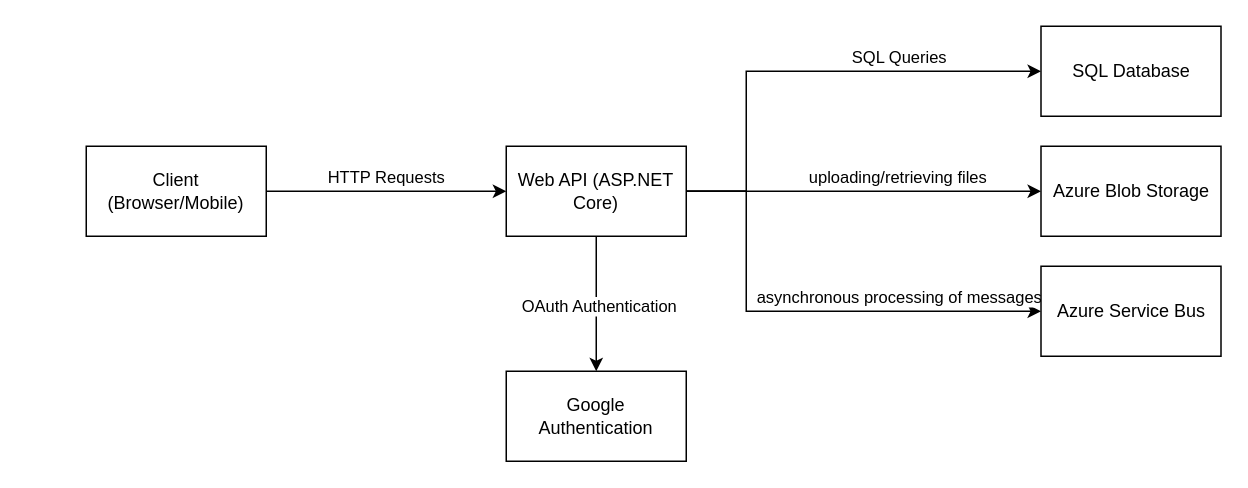
Before: page "RegApi" (1 of 2) of Diagram.drawio in Onyshko/RegistrationApi, a draw.io diagram. Source tidied: cells renumbered, new cells numbered last; positions are measured from the earlier drawing's top-left corner, leaving out a move shared by most shapes. Both pictures are drawn from the tidied source at 150%, with x=0, y=0 at pixel (86, 26).
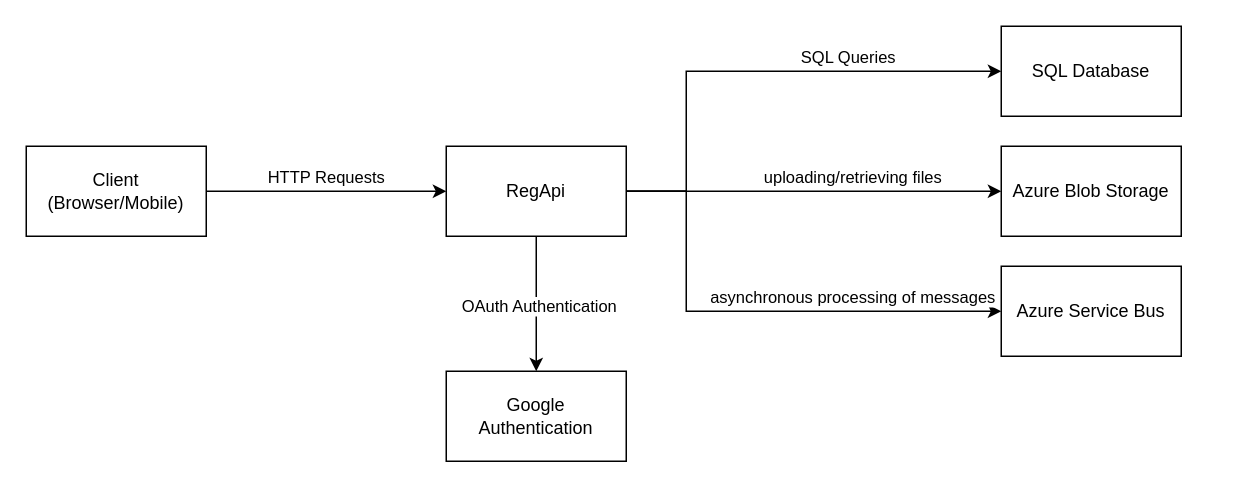
After the change.

Change to the diagram source:
```diff
@@
     <mxCell id="4" value="Client (Browser/Mobile)" style="rounded=0;whiteSpace=wrap;html=1;" parent="1" vertex="1">
-      <mxGeometry y="80" width="120" height="60" as="geometry" />
+      <mxGeometry x="-40" y="80" width="120" height="60" as="geometry" />
     </mxCell>
     <mxCell id="5" style="edgeStyle=orthogonalEdgeStyle;rounded=0;jettySize=auto;html=1;exitX=1;exitY=0.5;exitDx=0;exitDy=0;entryX=0;entryY=0.5;entryDx=0;entryDy=0;" parent="1" edge="1" source="13" target="14">
       <mxGeometry relative="1" as="geometry">
         <Array as="points">
-          <mxPoint x="440" y="110" />
-          <mxPoint x="440" y="30" />
+          <mxPoint x="400" y="110" />
+          <mxPoint x="400" y="30" />
         </Array>
       </mxGeometry>
     </mxCell>
@@
     <mxCell id="9" style="edgeStyle=orthogonalEdgeStyle;rounded=0;jettySize=auto;html=1;exitX=1;exitY=0.5;exitDx=0;exitDy=0;entryX=0;entryY=0.5;entryDx=0;entryDy=0;" parent="1" edge="1" source="13" target="16">
       <mxGeometry relative="1" as="geometry">
         <Array as="points">
-          <mxPoint x="440" y="110" />
-          <mxPoint x="440" y="190" />
+          <mxPoint x="400" y="110" />
+          <mxPoint x="400" y="190" />
         </Array>
       </mxGeometry>
     </mxCell>
@@
-    <mxCell id="13" value="Web API (ASP.NET Core)" style="rounded=0;whiteSpace=wrap;html=1;" parent="1" vertex="1">
-      <mxGeometry x="280" y="80" width="120" height="60" as="geometry" />
+    <mxCell id="13" value="RegApi" style="rounded=0;whiteSpace=wrap;html=1;" parent="1" vertex="1">
+      <mxGeometry x="240" y="80" width="120" height="60" as="geometry" />
     </mxCell>
     <mxCell id="14" value="SQL Database" style="rounded=0;whiteSpace=wrap;html=1;" parent="1" vertex="1">
-      <mxGeometry x="636.5" width="120" height="60" as="geometry" />
+      <mxGeometry x="610" width="120" height="60" as="geometry" />
     </mxCell>
     <mxCell id="15" value="Azure Blob Storage" style="rounded=0;whiteSpace=wrap;html=1;" parent="1" vertex="1">
-      <mxGeometry x="636.5" y="80" width="120" height="60" as="geometry" />
+      <mxGeometry x="610" y="80" width="120" height="60" as="geometry" />
     </mxCell>
     <mxCell id="16" value="Azure Service Bus" style="rounded=0;whiteSpace=wrap;html=1;" parent="1" vertex="1">
-      <mxGeometry x="636.5" y="160" width="120" height="60" as="geometry" />
+      <mxGeometry x="610" y="160" width="120" height="60" as="geometry" />
     </mxCell>
     <mxCell id="17" value="Google&lt;br&gt;Authentication" style="rounded=0;whiteSpace=wrap;html=1;" parent="1" vertex="1">
-      <mxGeometry x="280" y="230" width="120" height="60" as="geometry" />
+      <mxGeometry x="240" y="230" width="120" height="60" as="geometry" />
     </mxCell>
```
